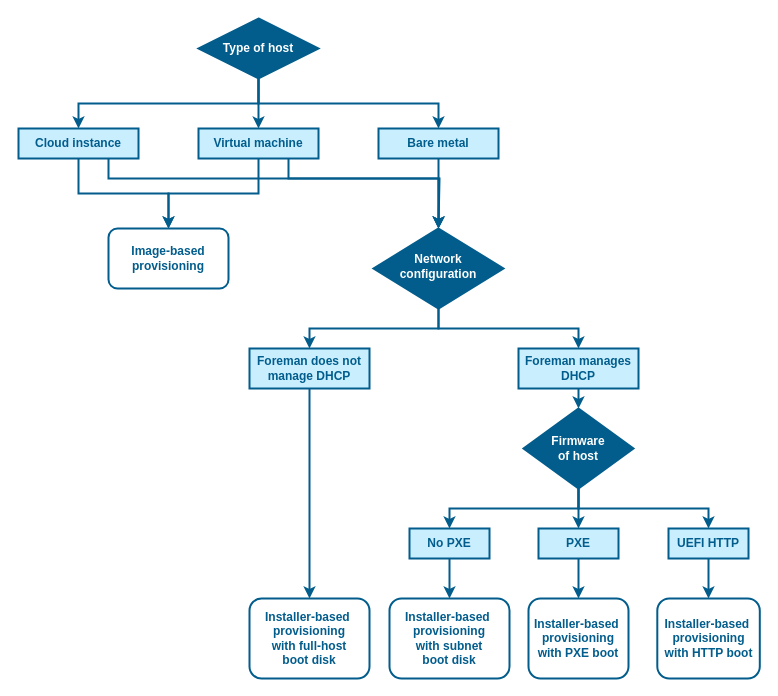
Before: guides/image-sources/provisioning-method-selection.drawio in theforeman/foreman-documentation, a draw.io diagram. Source tidied: cells renumbered, new cells numbered last; positions are measured from the earlier drawing's top-left corner, leaving out a move shared by most shapes. Both pictures are drawn from the tidied source at 100%, with x=0, y=0 at pixel (18, 18).
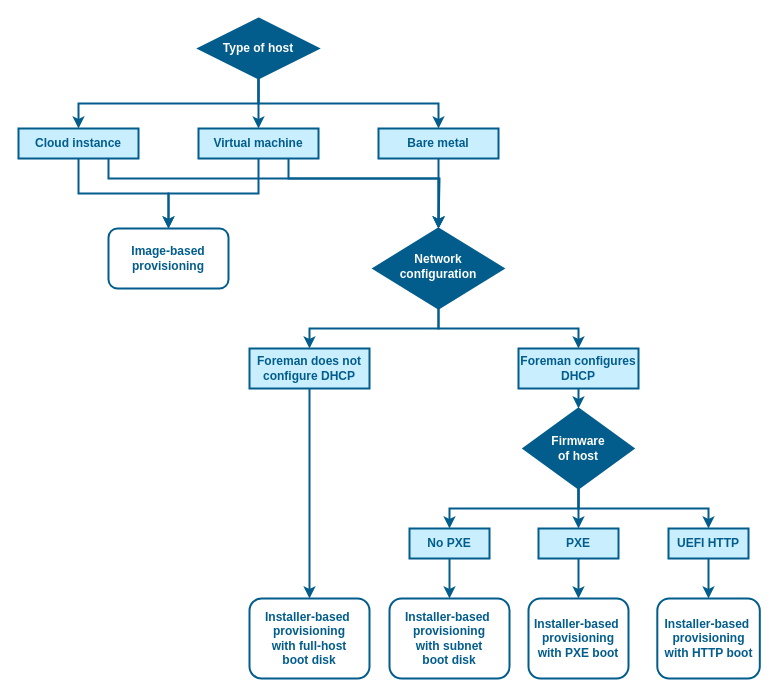
After the change.

What changed in the source:
```diff
@@
-    <mxCell id="19" value="Foreman does not manage DHCP" style="rounded=0;whiteSpace=wrap;html=1;fontColor=#025d8c;fontStyle=1;strokeColor=#025d8c;strokeWidth=2;fillColor=#C9EFFF;" parent="1" vertex="1">
+    <mxCell id="19" value="Foreman does not configure DHCP" style="rounded=0;whiteSpace=wrap;html=1;fontColor=#025d8c;fontStyle=1;strokeColor=#025d8c;strokeWidth=2;fillColor=#C9EFFF;" parent="1" vertex="1">
       <mxGeometry x="231" y="330" width="120" height="40" as="geometry" />
     </mxCell>
@@
-    <mxCell id="21" value="Foreman manages DHCP" style="rounded=0;whiteSpace=wrap;html=1;fontColor=#025d8c;fontStyle=1;strokeColor=#025d8c;strokeWidth=2;fillColor=#C9EFFF;" parent="1" vertex="1">
+    <mxCell id="21" value="Foreman configures DHCP" style="rounded=0;whiteSpace=wrap;html=1;fontColor=#025d8c;fontStyle=1;strokeColor=#025d8c;strokeWidth=2;fillColor=#C9EFFF;" parent="1" vertex="1">
       <mxGeometry x="500" y="330" width="120" height="40" as="geometry" />
     </mxCell>
```
